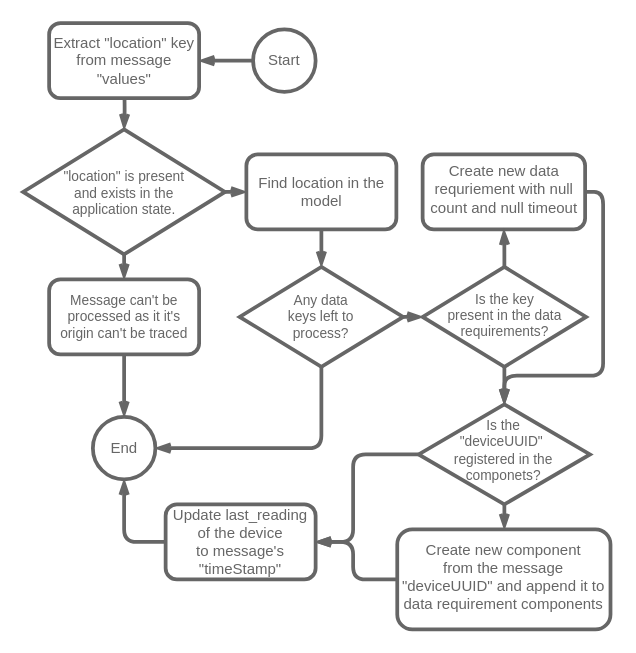
Before: 3. Proyecto/drawio/LookerProcessUpdateState.drawio in MrDahaniel/StarDuck, a draw.io diagram. Source tidied: cells renumbered, new cells numbered last; positions are measured from the earlier drawing's top-left corner, leaving out a move shared by most shapes. Both pictures are drawn from the tidied source at 125%, with x=0, y=0 at pixel (22, 22).
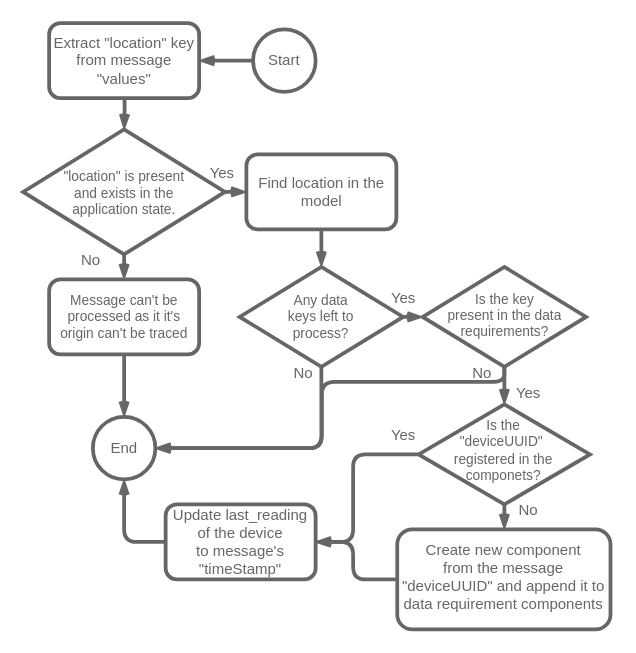
After the change.

Unchanged cells that the change refers to:
```xml
<mxCell id="15" value="Is the &lt;br&gt;&quot;deviceUUID&quot;&amp;nbsp;&lt;br&gt;registered in the &lt;br&gt;componets?" style="rhombus;whiteSpace=wrap;html=1;rounded=0;strokeColor=#666666;strokeWidth=3;align=center;verticalAlign=middle;fontFamily=Helvetica;fontSize=11;fontColor=#666666;fillColor=#FFFFFF;spacingTop=-6;" parent="1" vertex="1">
  <mxGeometry x="316.4" y="305" width="137.1" height="80" as="geometry" />
</mxCell>
<mxCell id="25" value="Is the key &lt;br&gt;present in the data requirements?" style="rhombus;whiteSpace=wrap;html=1;rounded=0;strokeColor=#666666;strokeWidth=3;align=center;verticalAlign=middle;fontFamily=Helvetica;fontSize=11;fontColor=#666666;fillColor=#FFFFFF;spacingTop=-3;" parent="1" vertex="1">
  <mxGeometry x="319.6" y="195" width="130.8" height="80" as="geometry" />
</mxCell>
<mxCell id="26" value="End" style="ellipse;whiteSpace=wrap;html=1;strokeColor=#666666;fontColor=#666666;fillColor=#FFFFFF;strokeWidth=3;" parent="1" vertex="1">
  <mxGeometry x="55.8" y="315" width="50" height="50" as="geometry" />
</mxCell>
```

What changed in the source:
```diff
@@
-    <mxCell id="16" style="edgeStyle=orthogonalEdgeStyle;shape=connector;curved=0;rounded=1;jettySize=auto;html=1;labelBackgroundColor=default;strokeColor=#666666;strokeWidth=3;align=center;verticalAlign=middle;fontFamily=Helvetica;fontSize=12;fontColor=#666666;endArrow=openThin;endFill=0;fillColor=#FAE5C7;entryX=0.5;entryY=0;entryDx=0;entryDy=0;exitX=1;exitY=0.5;exitDx=0;exitDy=0;" parent="1" edge="1" source="17" target="15">
-      <mxGeometry relative="1" as="geometry">
-        <Array as="points">
-          <mxPoint x="464" y="135" />
-          <mxPoint x="464" y="282" />
-          <mxPoint x="385" y="282" />
-        </Array>
-      </mxGeometry>
-    </mxCell>
-    <mxCell id="17" value="Create new data requriement with null count and null timeout" style="rounded=1;whiteSpace=wrap;html=1;strokeColor=#666666;fontColor=#666666;fillColor=#FFFFFF;strokeWidth=3;spacingTop=-4;" parent="1" vertex="1">
-      <mxGeometry x="319.6" y="105" width="130" height="60" as="geometry" />
-    </mxCell>
@@
-    <mxCell id="23" style="edgeStyle=orthogonalEdgeStyle;shape=connector;curved=0;rounded=1;jettySize=auto;html=1;labelBackgroundColor=default;strokeColor=#666666;strokeWidth=3;align=center;verticalAlign=middle;fontFamily=Helvetica;fontSize=12;fontColor=#666666;endArrow=openThin;endFill=0;fillColor=#FAE5C7;" parent="1" edge="1" source="25" target="17">
-      <mxGeometry relative="1" as="geometry" />
-    </mxCell>
@@
+    <mxCell id="29" style="edgeStyle=orthogonalEdgeStyle;shape=connector;curved=0;rounded=1;jettySize=auto;html=1;exitX=0.5;exitY=1;exitDx=0;exitDy=0;entryX=1;entryY=0.5;entryDx=0;entryDy=0;labelBackgroundColor=default;strokeColor=#666666;strokeWidth=3;align=center;verticalAlign=middle;fontFamily=Helvetica;fontSize=12;fontColor=#666666;endArrow=openThin;endFill=0;fillColor=#FAE5C7;" parent="1" edge="1" source="25" target="26">
+      <mxGeometry relative="1" as="geometry">
+        <Array as="points">
+          <mxPoint x="385" y="287" />
+          <mxPoint x="239" y="287" />
+          <mxPoint x="239" y="340" />
+        </Array>
+      </mxGeometry>
+    </mxCell>
@@
+    <mxCell id="30" value="&lt;font color=&quot;#666666&quot;&gt;Yes&lt;/font&gt;" style="text;html=1;align=center;verticalAlign=middle;strokeColor=none;fillColor=none;" parent="1" vertex="1">
+      <mxGeometry x="138.6" y="105" width="40" height="30" as="geometry" />
+    </mxCell>
+    <mxCell id="31" value="&lt;font color=&quot;#666666&quot;&gt;No&lt;/font&gt;" style="text;html=1;align=center;verticalAlign=middle;strokeColor=none;fillColor=none;" parent="1" vertex="1">
+      <mxGeometry x="34" y="175" width="40" height="30" as="geometry" />
+    </mxCell>
+    <mxCell id="32" value="&lt;font color=&quot;#666666&quot;&gt;Yes&lt;/font&gt;" style="text;html=1;align=center;verticalAlign=middle;strokeColor=none;fillColor=none;" parent="1" vertex="1">
+      <mxGeometry x="284" y="205" width="40" height="30" as="geometry" />
+    </mxCell>
+    <mxCell id="33" value="&lt;font color=&quot;#666666&quot;&gt;Yes&lt;/font&gt;" style="text;html=1;align=center;verticalAlign=middle;strokeColor=none;fillColor=none;" parent="1" vertex="1">
+      <mxGeometry x="284" y="315" width="40" height="30" as="geometry" />
+    </mxCell>
+    <mxCell id="34" value="&lt;font color=&quot;#666666&quot;&gt;No&lt;/font&gt;" style="text;html=1;align=center;verticalAlign=middle;strokeColor=none;fillColor=none;" parent="1" vertex="1">
+      <mxGeometry x="204" y="265" width="40" height="30" as="geometry" />
+    </mxCell>
+    <mxCell id="35" value="&lt;font color=&quot;#666666&quot;&gt;No&lt;/font&gt;" style="text;html=1;align=center;verticalAlign=middle;strokeColor=none;fillColor=none;" parent="1" vertex="1">
+      <mxGeometry x="384" y="375" width="40" height="30" as="geometry" />
+    </mxCell>
+    <mxCell id="36" value="&lt;font color=&quot;#666666&quot;&gt;Yes&lt;/font&gt;" style="text;html=1;align=center;verticalAlign=middle;strokeColor=none;fillColor=none;" parent="1" vertex="1">
+      <mxGeometry x="384" y="281" width="40" height="30" as="geometry" />
+    </mxCell>
+    <mxCell id="37" value="&lt;font color=&quot;#666666&quot;&gt;No&lt;/font&gt;" style="text;html=1;align=center;verticalAlign=middle;strokeColor=none;fillColor=none;" parent="1" vertex="1">
+      <mxGeometry x="347" y="265" width="40" height="30" as="geometry" />
+    </mxCell>
```
